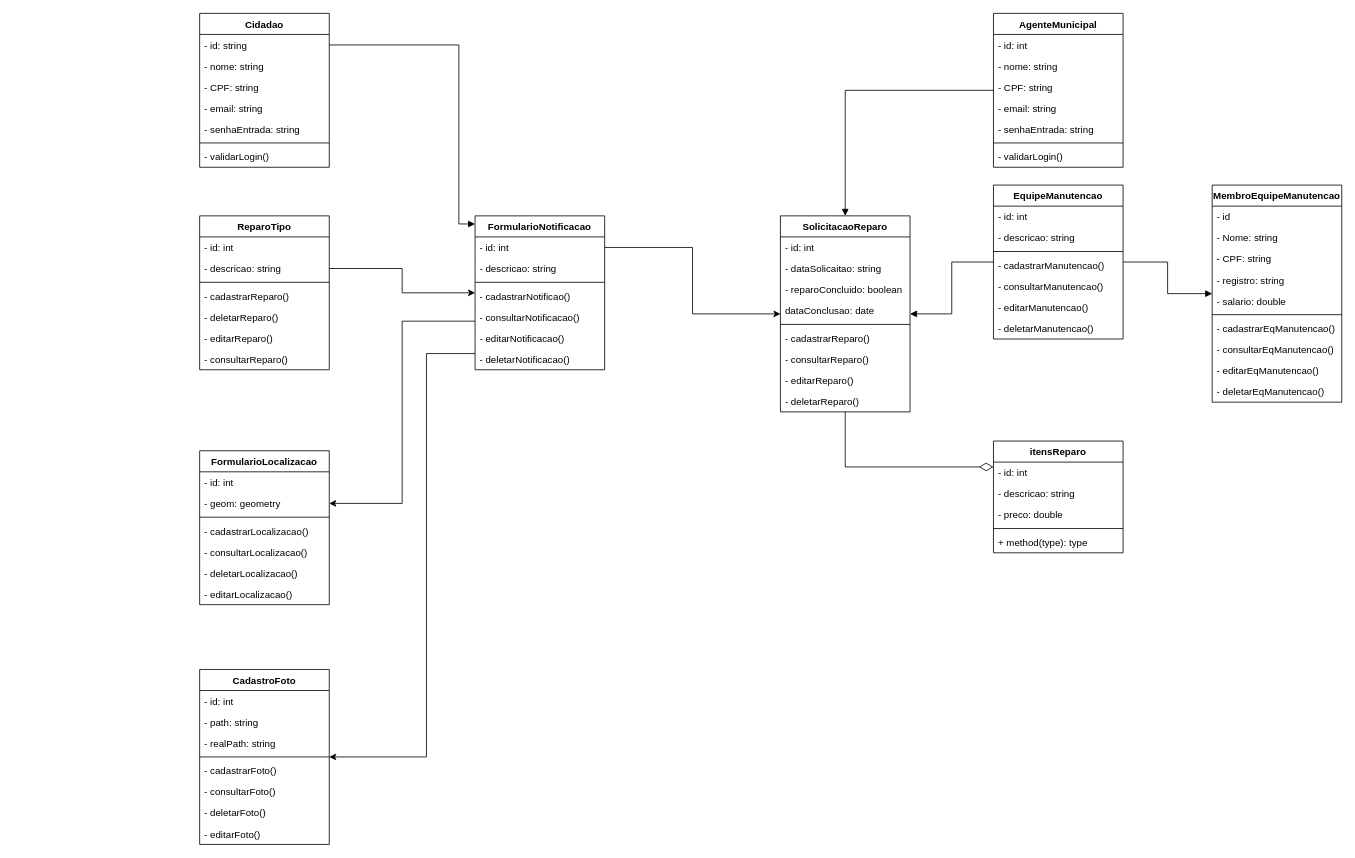
The draw.io diagram diagramas/classes.drawio in PuraFome/AEP-Segundo-Semestre-2022, before the edit. Source tidied: cells renumbered, new cells numbered last; positions are measured from the earlier drawing's top-left corner, leaving out a move shared by most shapes. Both pictures are drawn from the tidied source at 81%, with x=0, y=0 at pixel (199, 13).
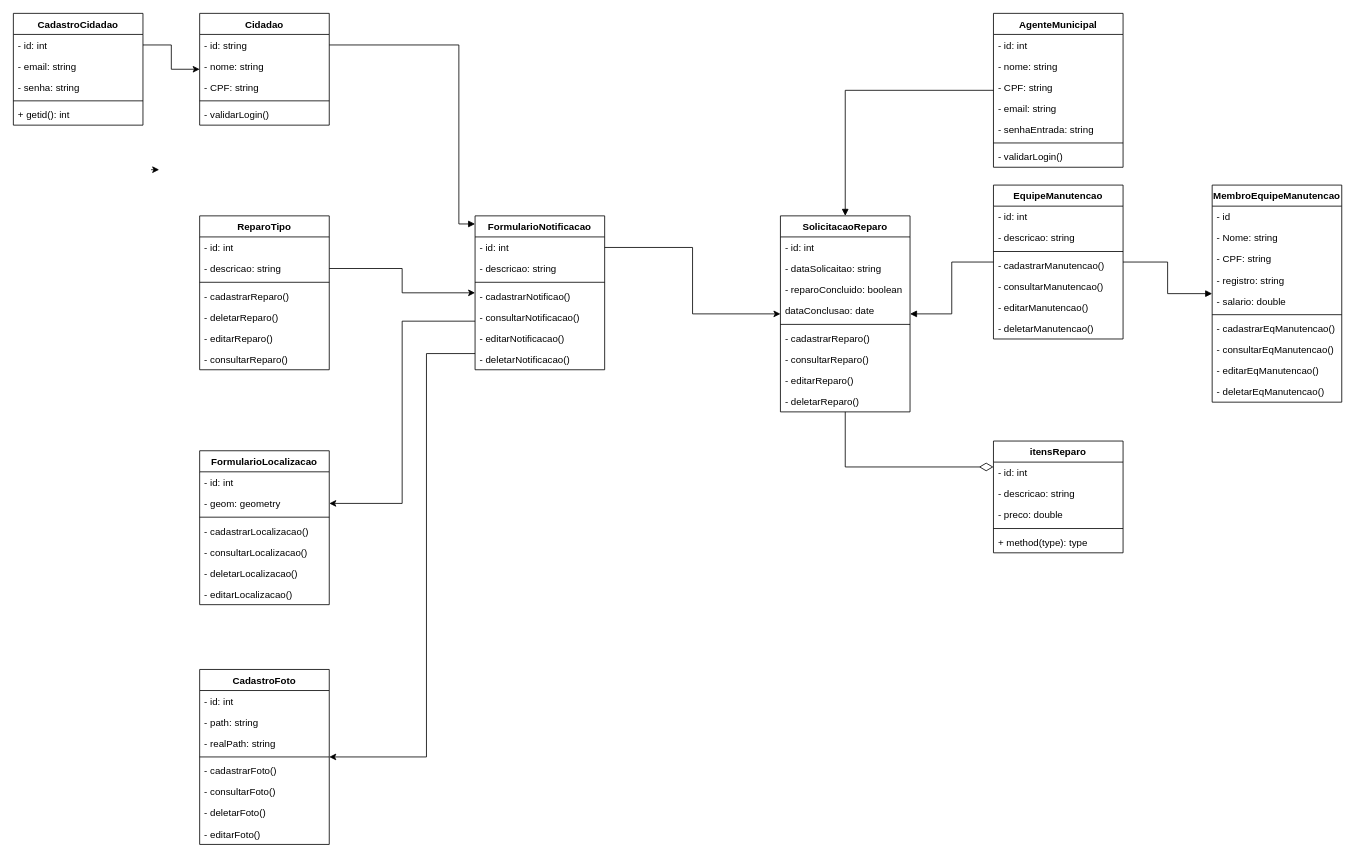
The same diagram, later.

Diff of the diagram source:
```diff
@@
     <mxCell id="77" value="Cidadao" style="swimlane;fontStyle=1;align=center;verticalAlign=top;horizontal=1;startSize=26;" parent="1" vertex="1">
-      <mxGeometry width="160" height="190" as="geometry" />
+      <mxGeometry width="160" height="138" as="geometry" />
     </mxCell>
@@
-    <mxCell id="81" value="- email: string" style="text;strokeColor=none;fillColor=none;align=left;verticalAlign=top;spacingLeft=4;spacingRight=4;overflow=hidden;" parent="77" vertex="1">
-      <mxGeometry y="104" width="160" height="26" as="geometry" />
-    </mxCell>
-    <mxCell id="82" value="- senhaEntrada: string" style="text;strokeColor=none;fillColor=none;align=left;verticalAlign=top;spacingLeft=4;spacingRight=4;overflow=hidden;" parent="77" vertex="1">
-      <mxGeometry y="130" width="160" height="26" as="geometry" />
-    </mxCell>
     <mxCell id="83" style="line;strokeWidth=1;fillColor=none;align=left;verticalAlign=middle;spacingTop=-1;spacingLeft=3;spacingRight=3;labelPosition=right;strokeColor=inherit;" parent="77" vertex="1">
-      <mxGeometry y="156" width="160" height="8" as="geometry" />
+      <mxGeometry y="104" width="160" height="8" as="geometry" />
     </mxCell>
     <mxCell id="84" value="- validarLogin()" style="text;strokeColor=none;fillColor=none;align=left;verticalAlign=top;spacingLeft=4;spacingRight=4;overflow=hidden;" parent="77" vertex="1">
-      <mxGeometry y="164" width="160" height="26" as="geometry" />
+      <mxGeometry y="112" width="160" height="26" as="geometry" />
     </mxCell>
@@
+    <mxCell id="95" value="CadastroCidadao" style="swimlane;fontStyle=1;align=center;verticalAlign=top;horizontal=1;startSize=26;" parent="1" vertex="1">
+      <mxGeometry x="-230" width="160" height="138" as="geometry" />
+    </mxCell>
+    <mxCell id="96" value="- id: int" style="text;strokeColor=none;fillColor=none;align=left;verticalAlign=top;spacingLeft=4;spacingRight=4;overflow=hidden;points=[[0,0.5],[1,0.5]];portConstraint=eastwest;" parent="95" vertex="1">
+      <mxGeometry y="26" width="160" height="26" as="geometry" />
+    </mxCell>
+    <mxCell id="81" value="- email: string" style="text;strokeColor=none;fillColor=none;align=left;verticalAlign=top;spacingLeft=4;spacingRight=4;overflow=hidden;" parent="95" vertex="1">
+      <mxGeometry y="52" width="160" height="26" as="geometry" />
+    </mxCell>
+    <mxCell id="97" value="- senha: string" style="text;strokeColor=none;fillColor=none;align=left;verticalAlign=top;spacingLeft=4;spacingRight=4;overflow=hidden;" parent="95" vertex="1">
+      <mxGeometry y="78" width="160" height="26" as="geometry" />
+    </mxCell>
+    <mxCell id="98" style="line;strokeWidth=1;fillColor=none;align=left;verticalAlign=middle;spacingTop=-1;spacingLeft=3;spacingRight=3;labelPosition=right;strokeColor=inherit;" parent="95" vertex="1">
+      <mxGeometry y="104" width="160" height="8" as="geometry" />
+    </mxCell>
+    <mxCell id="99" value="+ getid(): int" style="text;strokeColor=none;fillColor=none;align=left;verticalAlign=top;spacingLeft=4;spacingRight=4;overflow=hidden;" parent="95" vertex="1">
+      <mxGeometry y="112" width="160" height="26" as="geometry" />
+    </mxCell>
+    <mxCell id="100" style="edgeStyle=orthogonalEdgeStyle;rounded=0;jettySize=auto;html=1;" parent="1" edge="1" source="96" target="77">
+      <mxGeometry relative="1" as="geometry" />
+    </mxCell>
+    <mxCell id="101" style="edgeStyle=orthogonalEdgeStyle;rounded=0;orthogonalLoop=1;jettySize=auto;html=1;exitX=0;exitY=0.5;exitDx=0;exitDy=0;entryX=0.1;entryY=0.5;entryDx=0;entryDy=0;entryPerimeter=0;" parent="1" edge="1">
+      <mxGeometry relative="1" as="geometry">
+        <mxPoint x="-60" y="193" as="sourcePoint" />
+        <mxPoint x="-50" y="193" as="targetPoint" />
+      </mxGeometry>
+    </mxCell>
```
